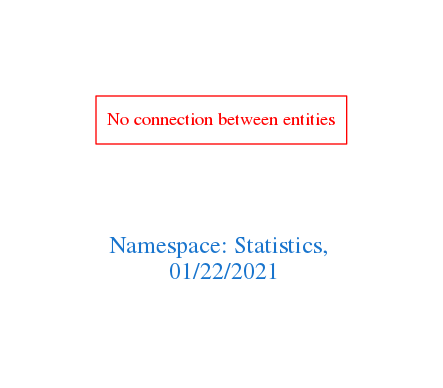
Earlier version of the Graphviz export downloads/Statistics.png (arago/OGIT). Its source is kept beside it as downloads/Statistics.dot.
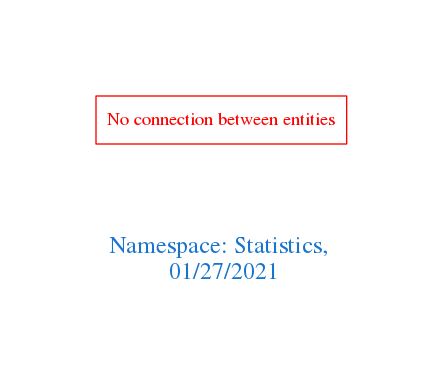
After the commit.

The edit, as a diff of the source:
```diff
@@ -1,7 +1,7 @@
 digraph OGIT_ontology {
  graph [ rankdir= LR,pad=1
 fontsize = 18,
-fontcolor= dodgerblue3,label = "\n\n\nNamespace: Statistics, \n 01/22/2021"];
+fontcolor= dodgerblue3,label = "\n\n\nNamespace: Statistics, \n 01/27/2021"];
 node[shape=polygon];
 edge [  color="gray81"];
 
```
